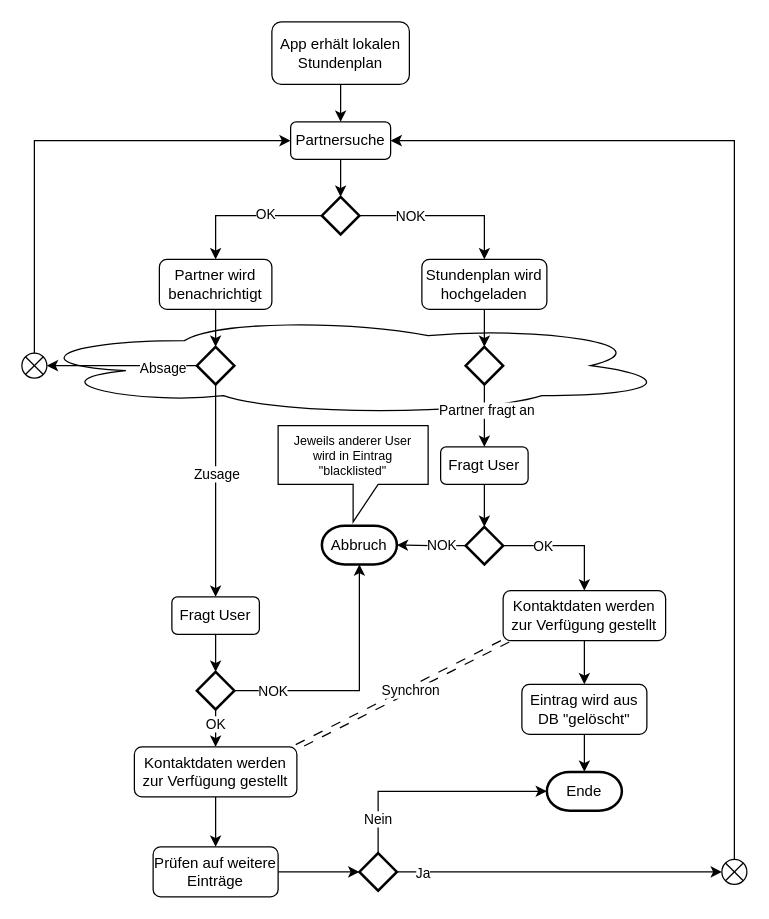
Earlier version of the draw.io diagram page "Ablaufdiagram Partnertausch" (1 of 6) of design/Designidee.drawio (Jacinto-S/VeranstaltungsTauschboerse). Source tidied: cells renumbered, new cells numbered last; positions are measured from the earlier drawing's top-left corner, leaving out a move shared by most shapes. Both pictures are drawn from the tidied source at 125%, with x=0, y=0 at pixel (21, 21).
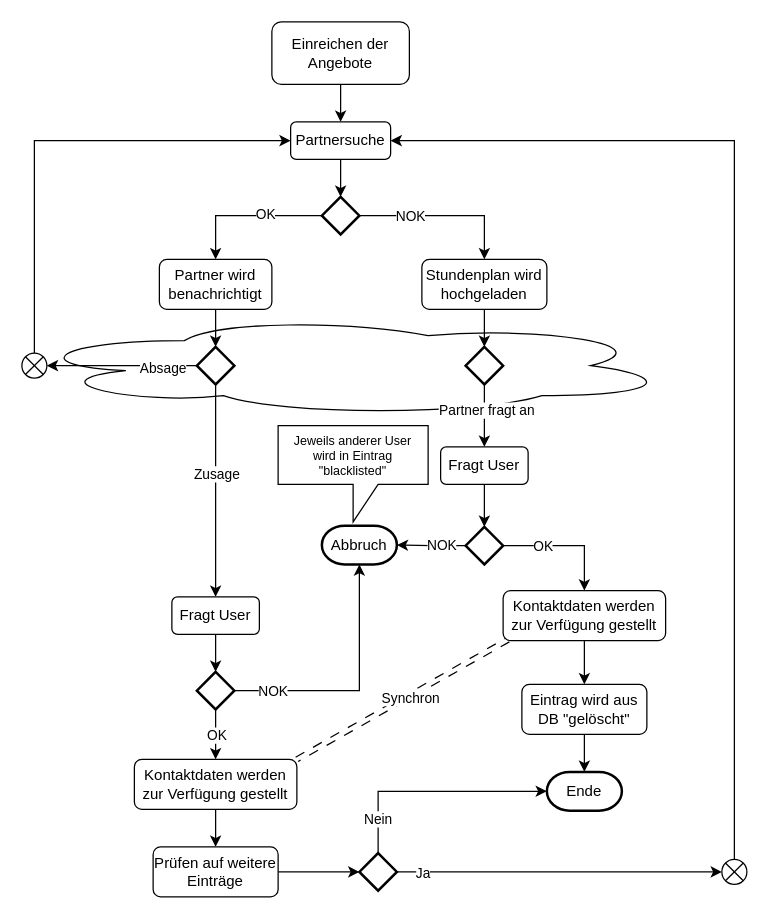
The same page after the edit.

The change refers to these unchanged cells:
```xml
<mxCell id="41" style="edgeStyle=orthogonalEdgeStyle;rounded=0;jettySize=auto;html=1;" parent="1" edge="1" source="43" target="14">
  <mxGeometry relative="1" as="geometry" />
</mxCell>
```

The edit, as a diff of the source:
```diff
@@
-    <mxCell id="4" value="App erhält lokalen Stundenplan" style="rounded=1;whiteSpace=wrap;html=1;" parent="1" vertex="1">
+    <mxCell id="4" value="Einreichen der Angebote" style="rounded=1;whiteSpace=wrap;html=1;" parent="1" vertex="1">
       <mxGeometry x="200" width="110" height="50" as="geometry" />
     </mxCell>
@@
     <mxCell id="14" value="Kontaktdaten werden zur Verfügung gestellt" style="rounded=1;whiteSpace=wrap;html=1;" parent="1" vertex="1">
-      <mxGeometry x="90" y="580" width="130" height="40" as="geometry" />
+      <mxGeometry x="90" y="590" width="130" height="40" as="geometry" />
     </mxCell>
@@
     <mxCell id="42" value="OK" style="edgeLabel;html=1;align=center;verticalAlign=middle;" parent="41" vertex="1">
-      <mxGeometry x="0.25" y="-1" relative="1" as="geometry" />
+      <mxGeometry x="0.25" y="-1" relative="1" as="geometry">
+        <mxPoint x="1" y="-5" as="offset" />
+      </mxGeometry>
     </mxCell>
```
